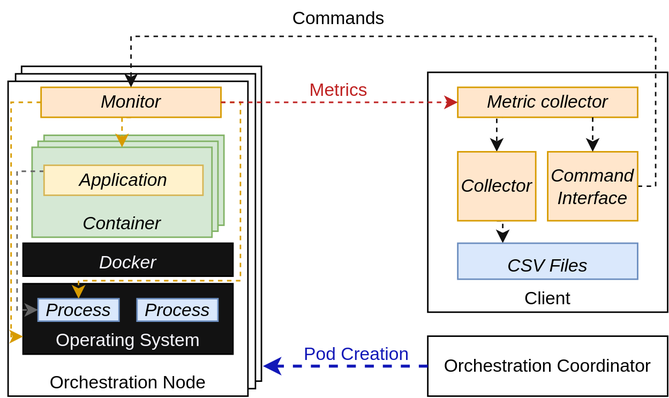
Earlier version of the draw.io export assets/diagram-en.svg (hrchlhck/kubemon). Source tidied: cells renumbered, new cells last; positions are measured from the earlier drawing's top-left corner, leaving out a move shared by most shapes.
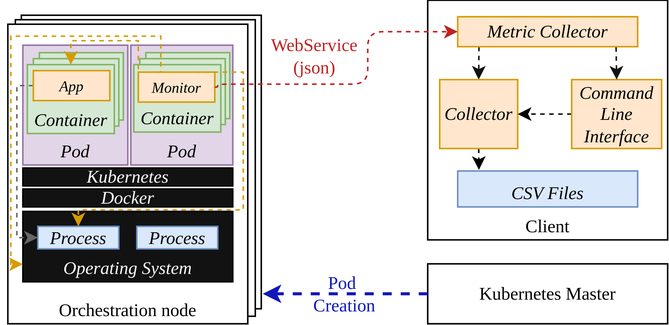
After the change.

Diff of the diagram source:
```diff
@@ -2,132 +2,143 @@
   <root>
     <mxCell id="0" />
     <mxCell id="1" parent="0" />
-    <mxCell id="2" style="rounded=0;whiteSpace=wrap;html=1;verticalAlign=bottom;" parent="1" vertex="1">
-      <mxGeometry x="9" y="44" width="160" height="210" as="geometry" />
-    </mxCell>
-    <mxCell id="3" style="rounded=0;whiteSpace=wrap;html=1;verticalAlign=bottom;" parent="1" vertex="1">
-      <mxGeometry x="5" y="49" width="160" height="210" as="geometry" />
-    </mxCell>
-    <mxCell id="4" value="Orchestration Node" style="rounded=0;whiteSpace=wrap;html=1;verticalAlign=bottom;" parent="1" vertex="1">
-      <mxGeometry y="54" width="160" height="210" as="geometry" />
-    </mxCell>
-    <mxCell id="5" value="&lt;i&gt;Container&lt;/i&gt;" style="rounded=0;whiteSpace=wrap;html=1;verticalAlign=bottom;fillColor=#d5e8d4;strokeColor=#82b366;" parent="1" vertex="1">
-      <mxGeometry x="24" y="90" width="120" height="60" as="geometry" />
-    </mxCell>
-    <mxCell id="6" value="&lt;i&gt;Container&lt;/i&gt;" style="rounded=0;whiteSpace=wrap;html=1;verticalAlign=bottom;fillColor=#d5e8d4;strokeColor=#82b366;" parent="1" vertex="1">
-      <mxGeometry x="20" y="94" width="120" height="60" as="geometry" />
-    </mxCell>
-    <mxCell id="7" value="&lt;i&gt;Container&lt;/i&gt;" style="rounded=0;whiteSpace=wrap;html=1;verticalAlign=bottom;fillColor=#d5e8d4;strokeColor=#82b366;" parent="1" vertex="1">
-      <mxGeometry x="16" y="98" width="120" height="60" as="geometry" />
-    </mxCell>
+    <mxCell id="33" style="rounded=0;whiteSpace=wrap;html=1;verticalAlign=bottom;fontFamily=Palatino;" parent="1" vertex="1">
+      <mxGeometry x="73" y="114" width="160" height="196" as="geometry" />
+    </mxCell>
+    <mxCell id="34" style="rounded=0;whiteSpace=wrap;html=1;verticalAlign=bottom;fontFamily=Palatino;" parent="1" vertex="1">
+      <mxGeometry x="69" y="117" width="160" height="198" as="geometry" />
+    </mxCell>
+    <mxCell id="35" value="Orchestration node" style="rounded=0;whiteSpace=wrap;html=1;verticalAlign=bottom;fontFamily=Palatino;" parent="1" vertex="1">
+      <mxGeometry x="64" y="120" width="160" height="200" as="geometry" />
+    </mxCell>
+    <mxCell id="36" value="Pod" style="rounded=0;whiteSpace=wrap;html=1;fillColor=#e1d5e7;strokeColor=#9673a6;fontStyle=2;fontFamily=Palatino;verticalAlign=bottom;" parent="1" vertex="1">
+      <mxGeometry x="74" y="134" width="70" height="80" as="geometry" />
+    </mxCell>
+    <mxCell id="37" value="&lt;div&gt;&lt;br&gt;&lt;/div&gt;&lt;div&gt;&lt;br&gt;&lt;/div&gt;" style="rounded=0;whiteSpace=wrap;html=1;verticalAlign=bottom;fillColor=#d5e8d4;strokeColor=#82b366;fontFamily=Palatino;" parent="1" vertex="1">
+      <mxGeometry x="85" y="139" width="56" height="45" as="geometry" />
+    </mxCell>
+    <mxCell id="38" style="rounded=0;whiteSpace=wrap;html=1;verticalAlign=bottom;fillColor=#d5e8d4;strokeColor=#82b366;fontFamily=Palatino;" parent="1" vertex="1">
+      <mxGeometry x="81" y="143" width="57" height="45" as="geometry" />
+    </mxCell>
+    <mxCell id="39" value="&lt;i&gt;Container&lt;/i&gt;" style="rounded=0;whiteSpace=wrap;html=1;verticalAlign=bottom;fillColor=#d5e8d4;strokeColor=#82b366;fontFamily=Palatino;" parent="1" vertex="1">
+      <mxGeometry x="77" y="147" width="58" height="46" as="geometry" />
+    </mxCell>
-    <mxCell id="8" value="Operating System" style="rounded=0;whiteSpace=wrap;html=1;verticalAlign=bottom;fillColor=#121212;fontColor=#F8F8FF;" parent="1" vertex="1">
-      <mxGeometry x="10" y="189" width="140" height="47" as="geometry" />
+    <mxCell id="8" value="&lt;i&gt;Operating System&lt;br&gt;&lt;/i&gt;" style="rounded=0;whiteSpace=wrap;html=1;verticalAlign=bottom;fillColor=#121212;fontColor=#F8F8FF;fontFamily=Palatino;" parent="1" vertex="1">
+      <mxGeometry x="74" y="245" width="140" height="47" as="geometry" />
     </mxCell>
-    <mxCell id="9" value="Docker" style="rounded=0;whiteSpace=wrap;html=1;verticalAlign=bottom;fillColor=#121212;fontColor=#F8F8FF;fontStyle=2;" parent="1" vertex="1">
-      <mxGeometry x="10" y="162" width="140" height="22" as="geometry" />
+    <mxCell id="9" value="Docker" style="rounded=0;whiteSpace=wrap;html=1;verticalAlign=middle;fillColor=#121212;fontColor=#F8F8FF;fontStyle=2;fontFamily=Palatino;" parent="1" vertex="1">
+      <mxGeometry x="74" y="230" width="140" height="12" as="geometry" />
     </mxCell>
-    <mxCell id="10" value="Process" style="rounded=0;whiteSpace=wrap;html=1;fillColor=#dae8fc;verticalAlign=middle;strokeColor=#6c8ebf;align=center;fontStyle=2;" parent="1" vertex="1">
-      <mxGeometry x="86" y="199" width="54" height="15" as="geometry" />
-    </mxCell>
-    <mxCell id="11" style="edgeStyle=orthogonalEdgeStyle;jettySize=auto;html=1;exitX=0;exitY=0.5;exitDx=0;exitDy=0;entryX=0;entryY=0.5;entryDx=0;entryDy=0;fontColor=#F8F8FF;fillColor=#f5f5f5;strokeColor=#666666;rounded=0;dashed=1;" parent="1" edge="1" source="12" target="13">
-      <mxGeometry relative="1" as="geometry">
-        <Array as="points">
-          <mxPoint x="24" y="114" />
-          <mxPoint x="6" y="114" />
-          <mxPoint x="6" y="207" />
-        </Array>
-      </mxGeometry>
-    </mxCell>
-    <mxCell id="12" value="Application" style="rounded=0;whiteSpace=wrap;html=1;fillColor=#fff2cc;verticalAlign=middle;strokeColor=#d6b656;fontStyle=2;" parent="1" vertex="1">
-      <mxGeometry x="24" y="110" width="106" height="20" as="geometry" />
-    </mxCell>
-    <mxCell id="13" value="Process" style="rounded=0;whiteSpace=wrap;html=1;fillColor=#dae8fc;verticalAlign=middle;strokeColor=#6c8ebf;align=center;fontStyle=2;" parent="1" vertex="1">
-      <mxGeometry x="20" y="199" width="54" height="15" as="geometry" />
-    </mxCell>
-    <mxCell id="14" style="edgeStyle=orthogonalEdgeStyle;rounded=0;jettySize=auto;html=1;exitX=1;exitY=0.5;exitDx=0;exitDy=0;entryX=0.5;entryY=0;entryDx=0;entryDy=0;dashed=1;fontColor=#F8F8FF;strokeColor=#d79b00;fillColor=#ffe6cc;" parent="1" edge="1" source="17" target="13">
-      <mxGeometry relative="1" as="geometry">
-        <Array as="points">
-          <mxPoint x="155" y="68" />
-          <mxPoint x="155" y="187" />
-          <mxPoint x="47" y="187" />
-        </Array>
-      </mxGeometry>
-    </mxCell>
-    <mxCell id="15" style="edgeStyle=orthogonalEdgeStyle;rounded=0;jettySize=auto;html=1;exitX=0.5;exitY=1;exitDx=0;exitDy=0;entryX=0.5;entryY=0;entryDx=0;entryDy=0;dashed=1;fontColor=#F8F8FF;strokeColor=#d79b00;fillColor=#ffe6cc;" parent="1" edge="1" source="17" target="7">
-      <mxGeometry relative="1" as="geometry" />
-    </mxCell>
-    <mxCell id="16" style="edgeStyle=orthogonalEdgeStyle;rounded=0;jettySize=auto;html=1;exitX=0;exitY=0.5;exitDx=0;exitDy=0;entryX=0;entryY=0.75;entryDx=0;entryDy=0;dashed=1;fontColor=#F8F8FF;strokeColor=#d79b00;fillColor=#ffe6cc;" parent="1" edge="1" source="17" target="8">
-      <mxGeometry relative="1" as="geometry">
-        <Array as="points">
-          <mxPoint x="2" y="68" />
-          <mxPoint x="2" y="224" />
-        </Array>
-      </mxGeometry>
-    </mxCell>
-    <mxCell id="17" value="Monitor" style="rounded=0;whiteSpace=wrap;html=1;fillColor=#ffe6cc;verticalAlign=middle;strokeColor=#d79b00;fontStyle=2;" parent="1" vertex="1">
-      <mxGeometry x="22" y="58" width="120" height="20" as="geometry" />
-    </mxCell>
-    <mxCell id="18" value="Orchestration Coordinator" style="rounded=0;whiteSpace=wrap;html=1;verticalAlign=middle;" parent="1" vertex="1">
-      <mxGeometry x="280" y="224" width="160" height="40" as="geometry" />
-    </mxCell>
-    <mxCell id="19" style="endArrow=classic;html=1;exitX=0;exitY=0.5;exitDx=0;exitDy=0;dashed=1;strokeColor=#1218B8;strokeWidth=2;rounded=1;" parent="1" edge="1" source="18">
-      <mxGeometry relative="1" as="geometry">
-        <mxPoint x="170" y="244" as="targetPoint" />
-      </mxGeometry>
-    </mxCell>
+    <mxCell id="40" value="&lt;div align=&quot;center&quot;&gt;Process&lt;/div&gt;" style="rounded=0;whiteSpace=wrap;html=1;fillColor=#dae8fc;verticalAlign=middle;strokeColor=#6c8ebf;align=center;fontStyle=2;fontFamily=Palatino;" parent="1" vertex="1">
+      <mxGeometry x="150" y="255" width="54" height="15" as="geometry" />
+    </mxCell>
+    <mxCell id="41" style="edgeStyle=orthogonalEdgeStyle;jettySize=auto;html=1;exitX=0;exitY=0.5;exitDx=0;exitDy=0;entryX=0;entryY=0.5;entryDx=0;entryDy=0;fontColor=#F8F8FF;fillColor=#f5f5f5;strokeColor=#666666;rounded=0;dashed=1;fontFamily=Palatino;" parent="1" edge="1" source="52" target="42">
+      <mxGeometry relative="1" as="geometry">
+        <Array as="points">
+          <mxPoint x="70" y="161" />
+          <mxPoint x="70" y="263" />
+        </Array>
+      </mxGeometry>
+    </mxCell>
+    <mxCell id="42" value="&lt;div align=&quot;center&quot;&gt;Process&lt;/div&gt;" style="rounded=0;whiteSpace=wrap;html=1;fillColor=#dae8fc;verticalAlign=middle;strokeColor=#6c8ebf;align=center;fontStyle=2;fontFamily=Palatino;" parent="1" vertex="1">
+      <mxGeometry x="84" y="255" width="54" height="15" as="geometry" />
+    </mxCell>
+    <mxCell id="43" value="Kubernetes Master" style="rounded=0;whiteSpace=wrap;html=1;verticalAlign=middle;fontFamily=Palatino;" parent="1" vertex="1">
+      <mxGeometry x="344" y="280" width="160" height="40" as="geometry" />
+    </mxCell>
+    <mxCell id="44" style="endArrow=classic;html=1;exitX=0;exitY=0.5;exitDx=0;exitDy=0;dashed=1;strokeColor=#1218B8;strokeWidth=2;rounded=1;fontFamily=Palatino;" parent="1" edge="1" source="43">
+      <mxGeometry relative="1" as="geometry">
+        <mxPoint x="234" y="300" as="targetPoint" />
+      </mxGeometry>
+    </mxCell>
-    <mxCell id="20" value="Client" style="whiteSpace=wrap;html=1;verticalAlign=bottom;fontStyle=0;" parent="1" vertex="1">
-      <mxGeometry x="280" y="48" width="160" height="160" as="geometry" />
+    <mxCell id="20" value="Client" style="whiteSpace=wrap;html=1;verticalAlign=bottom;fontStyle=0;fontFamily=Palatino;" parent="1" vertex="1">
+      <mxGeometry x="344" y="104" width="160" height="160" as="geometry" />
     </mxCell>
-    <mxCell id="21" style="edgeStyle=orthogonalEdgeStyle;rounded=0;jettySize=auto;html=1;exitX=0.25;exitY=1;exitDx=0;exitDy=0;entryX=0.5;entryY=0;entryDx=0;entryDy=0;dashed=1;strokeWidth=1;strokeColor=#121212;" parent="1" edge="1" source="22" target="25">
-      <mxGeometry relative="1" as="geometry">
-        <Array as="points">
-          <mxPoint x="326" y="77" />
-        </Array>
-      </mxGeometry>
-    </mxCell>
-    <mxCell id="22" value="Metric collector" style="rounded=0;whiteSpace=wrap;html=1;fillColor=#ffe6cc;verticalAlign=middle;strokeColor=#d79b00;fontStyle=2;" parent="1" vertex="1">
-      <mxGeometry x="300" y="58" width="120" height="20" as="geometry" />
-    </mxCell>
-    <mxCell id="23" style="edgeStyle=orthogonalEdgeStyle;rounded=1;jettySize=auto;html=1;exitX=1;exitY=0.5;exitDx=0;exitDy=0;entryX=0;entryY=0.5;entryDx=0;entryDy=0;dashed=1;strokeWidth=1;fillColor=#dae8fc;strokeColor=#BF2222;" parent="1" edge="1" source="17" target="22">
-      <mxGeometry relative="1" as="geometry" />
-    </mxCell>
+    <mxCell id="45" style="edgeStyle=orthogonalEdgeStyle;rounded=0;jettySize=auto;html=1;entryX=0.5;entryY=0;entryDx=0;entryDy=0;dashed=1;strokeWidth=1;strokeColor=#121212;fontFamily=Palatino;exitX=0.118;exitY=1.003;exitDx=0;exitDy=0;exitPerimeter=0;" parent="1" edge="1" source="46" target="25">
+      <mxGeometry relative="1" as="geometry" />
+    </mxCell>
+    <mxCell id="46" value="Metric Collector" style="rounded=0;whiteSpace=wrap;html=1;fillColor=#ffe6cc;verticalAlign=middle;strokeColor=#d79b00;fontStyle=2;fontFamily=Palatino;" parent="1" vertex="1">
+      <mxGeometry x="364" y="115" width="120" height="20" as="geometry" />
+    </mxCell>
-    <mxCell id="24" style="edgeStyle=orthogonalEdgeStyle;rounded=0;jettySize=auto;html=1;exitX=0.5;exitY=1;exitDx=0;exitDy=0;entryX=0.25;entryY=0;entryDx=0;entryDy=0;dashed=1;strokeColor=#121212;strokeWidth=1;" parent="1" edge="1" source="25" target="29">
+    <mxCell id="24" style="edgeStyle=orthogonalEdgeStyle;rounded=0;jettySize=auto;html=1;exitX=0.5;exitY=1;exitDx=0;exitDy=0;entryX=0.118;entryY=-0.03;entryDx=0;entryDy=0;entryPerimeter=0;dashed=1;" parent="1" edge="1" source="25" target="29">
       <mxGeometry relative="1" as="geometry" />
     </mxCell>
-    <mxCell id="25" value="Collector" style="rounded=0;whiteSpace=wrap;html=1;fillColor=#ffe6cc;verticalAlign=middle;strokeColor=#d79b00;fontStyle=2;" parent="1" vertex="1">
-      <mxGeometry x="300" y="101" width="52" height="46" as="geometry" />
+    <mxCell id="25" value="Collector" style="rounded=0;whiteSpace=wrap;html=1;fillColor=#ffe6cc;verticalAlign=middle;strokeColor=#d79b00;fontStyle=2;fontFamily=Palatino;" parent="1" vertex="1">
+      <mxGeometry x="352" y="157" width="52" height="46" as="geometry" />
     </mxCell>
-    <mxCell id="26" style="edgeStyle=orthogonalEdgeStyle;rounded=0;jettySize=auto;html=1;exitX=1;exitY=0.5;exitDx=0;exitDy=0;entryX=0.5;entryY=0;entryDx=0;entryDy=0;dashed=1;strokeColor=#121212;strokeWidth=1;" parent="1" edge="1" source="27" target="17">
-      <mxGeometry relative="1" as="geometry">
-        <Array as="points">
-          <mxPoint x="432" y="124" />
-          <mxPoint x="432" y="24" />
-          <mxPoint x="82" y="24" />
-        </Array>
-      </mxGeometry>
-    </mxCell>
-    <mxCell id="27" value="Command Interface" style="rounded=0;whiteSpace=wrap;html=1;fillColor=#ffe6cc;verticalAlign=middle;strokeColor=#d79b00;fontStyle=2;" parent="1" vertex="1">
-      <mxGeometry x="360" y="101" width="60" height="46" as="geometry" />
-    </mxCell>
-    <mxCell id="28" style="edgeStyle=orthogonalEdgeStyle;rounded=0;jettySize=auto;html=1;exitX=0.75;exitY=1;exitDx=0;exitDy=0;entryX=0.5;entryY=0;entryDx=0;entryDy=0;dashed=1;strokeWidth=1;strokeColor=#121212;" parent="1" edge="1" source="22" target="27">
-      <mxGeometry relative="1" as="geometry">
-        <Array as="points">
-          <mxPoint x="390" y="87" />
-          <mxPoint x="390" y="87" />
-        </Array>
-      </mxGeometry>
-    </mxCell>
+    <mxCell id="47" style="edgeStyle=orthogonalEdgeStyle;rounded=0;jettySize=auto;html=1;exitX=0;exitY=0.5;exitDx=0;exitDy=0;entryX=1;entryY=0.5;entryDx=0;entryDy=0;dashed=1;" parent="1" edge="1" source="48" target="25">
+      <mxGeometry relative="1" as="geometry" />
+    </mxCell>
+    <mxCell id="48" value="Command Line Interface" style="rounded=0;whiteSpace=wrap;html=1;fillColor=#ffe6cc;verticalAlign=middle;strokeColor=#d79b00;fontStyle=2;fontFamily=Palatino;" parent="1" vertex="1">
+      <mxGeometry x="440" y="157" width="60" height="46" as="geometry" />
+    </mxCell>
+    <mxCell id="49" style="edgeStyle=orthogonalEdgeStyle;rounded=0;jettySize=auto;html=1;exitX=0.88;exitY=1.021;exitDx=0;exitDy=0;entryX=0.5;entryY=0;entryDx=0;entryDy=0;dashed=1;strokeWidth=1;strokeColor=#121212;fontFamily=Palatino;exitPerimeter=0;" parent="1" edge="1" source="46" target="48">
+      <mxGeometry relative="1" as="geometry" />
+    </mxCell>
-    <mxCell id="29" value="CSV Files" style="rounded=0;whiteSpace=wrap;html=1;verticalAlign=bottom;fillColor=#dae8fc;strokeColor=#6c8ebf;fontStyle=2;" parent="1" vertex="1">
-      <mxGeometry x="300" y="162" width="120" height="24" as="geometry" />
+    <mxCell id="29" value="CSV Files" style="rounded=0;whiteSpace=wrap;html=1;verticalAlign=bottom;fillColor=#dae8fc;strokeColor=#6c8ebf;fontStyle=2;fontFamily=Palatino;" parent="1" vertex="1">
+      <mxGeometry x="364" y="218" width="120" height="24" as="geometry" />
     </mxCell>
-    <mxCell id="30" value="Commands" style="text;html=1;align=center;verticalAlign=middle;strokeColor=none;" parent="1" vertex="1">
-      <mxGeometry x="184" width="72" height="24" as="geometry" />
-    </mxCell>
-    <mxCell id="31" value="Metrics" style="text;html=1;align=center;verticalAlign=middle;strokeColor=none;fontColor=#BF2222;" parent="1" vertex="1">
-      <mxGeometry x="196" y="48" width="48" height="24" as="geometry" />
-    </mxCell>
+    <mxCell id="50" value="&lt;div&gt;WebService &lt;br&gt;&lt;/div&gt;&lt;div&gt;(json)&lt;/div&gt;" style="text;html=1;align=center;verticalAlign=middle;strokeColor=none;fontColor=#BF2222;fontFamily=Palatino;" parent="1" vertex="1">
+      <mxGeometry x="232" y="121" width="72" height="40" as="geometry" />
+    </mxCell>
+    <mxCell id="51" value="Pod" style="rounded=0;whiteSpace=wrap;html=1;fillColor=#e1d5e7;strokeColor=#9673a6;fontStyle=2;fontFamily=Palatino;verticalAlign=bottom;" parent="1" vertex="1">
+      <mxGeometry x="146" y="134" width="68" height="80" as="geometry" />
+    </mxCell>
-    <mxCell id="32" value="Pod Creation" style="text;html=1;align=center;verticalAlign=middle;strokeColor=none;fontColor=#1218B8;" parent="1" vertex="1">
-      <mxGeometry x="188" y="224" width="88" height="24" as="geometry" />
+    <mxCell id="32" value="&lt;div&gt;Pod&amp;nbsp;&lt;/div&gt;&lt;div&gt;Creation&lt;/div&gt;" style="text;html=1;align=center;verticalAlign=middle;strokeColor=none;fontColor=#1218B8;fontFamily=Palatino;" parent="1" vertex="1">
+      <mxGeometry x="260" y="280" width="56" height="40" as="geometry" />
     </mxCell>
+    <mxCell id="52" value="App" style="rounded=0;whiteSpace=wrap;html=1;fillColor=#ffe6cc;verticalAlign=middle;strokeColor=#d79b00;fontStyle=2;fontFamily=Palatino;fontSize=10;" parent="1" vertex="1">
+      <mxGeometry x="81" y="151" width="51" height="20" as="geometry" />
+    </mxCell>
+    <mxCell id="53" value="&lt;div&gt;&lt;br&gt;&lt;/div&gt;&lt;div&gt;&lt;br&gt;&lt;/div&gt;" style="rounded=0;whiteSpace=wrap;html=1;verticalAlign=bottom;fillColor=#d5e8d4;strokeColor=#82b366;fontFamily=Palatino;" parent="1" vertex="1">
+      <mxGeometry x="156" y="139" width="56" height="44" as="geometry" />
+    </mxCell>
+    <mxCell id="54" style="rounded=0;whiteSpace=wrap;html=1;verticalAlign=bottom;fillColor=#d5e8d4;strokeColor=#82b366;fontFamily=Palatino;" parent="1" vertex="1">
+      <mxGeometry x="152" y="143" width="57" height="44" as="geometry" />
+    </mxCell>
+    <mxCell id="55" value="&lt;i&gt;Container&lt;/i&gt;" style="rounded=0;whiteSpace=wrap;html=1;verticalAlign=bottom;fillColor=#d5e8d4;strokeColor=#82b366;fontFamily=Palatino;" parent="1" vertex="1">
+      <mxGeometry x="148" y="147" width="58" height="45" as="geometry" />
+    </mxCell>
+    <mxCell id="56" style="edgeStyle=orthogonalEdgeStyle;rounded=0;jettySize=auto;html=1;exitX=0;exitY=0.5;exitDx=0;exitDy=0;entryX=0.5;entryY=0;entryDx=0;entryDy=0;fillColor=#ffe6cc;strokeColor=#d79b00;dashed=1;" parent="1" edge="1" source="17" target="39">
+      <mxGeometry relative="1" as="geometry">
+        <Array as="points">
+          <mxPoint x="151" y="131" />
+          <mxPoint x="106" y="131" />
+        </Array>
+      </mxGeometry>
+    </mxCell>
+    <mxCell id="17" value="Monitor" style="rounded=0;whiteSpace=wrap;html=1;fillColor=#ffe6cc;verticalAlign=middle;strokeColor=#d79b00;fontStyle=2;fontFamily=Palatino;fontSize=10;" parent="1" vertex="1">
+      <mxGeometry x="151" y="152" width="51" height="20" as="geometry" />
+    </mxCell>
+    <mxCell id="57" style="edgeStyle=orthogonalEdgeStyle;rounded=1;jettySize=auto;html=1;exitX=1;exitY=0.5;exitDx=0;exitDy=0;entryX=0;entryY=0.5;entryDx=0;entryDy=0;dashed=1;strokeWidth=1;fillColor=#dae8fc;strokeColor=#BF2222;fontFamily=Palatino;" parent="1" edge="1" source="17" target="46">
+      <mxGeometry relative="1" as="geometry">
+        <Array as="points">
+          <mxPoint x="204" y="160" />
+          <mxPoint x="304" y="160" />
+          <mxPoint x="304" y="125" />
+        </Array>
+      </mxGeometry>
+    </mxCell>
+    <mxCell id="58" style="edgeStyle=orthogonalEdgeStyle;rounded=0;jettySize=auto;html=1;exitX=0.75;exitY=0;exitDx=0;exitDy=0;entryX=0.5;entryY=0;entryDx=0;entryDy=0;dashed=1;fontColor=#F8F8FF;strokeColor=#d79b00;fillColor=#ffe6cc;fontFamily=Palatino;" parent="1" edge="1" source="17" target="42">
+      <mxGeometry relative="1" as="geometry">
+        <Array as="points">
+          <mxPoint x="221" y="152" />
+          <mxPoint x="221" y="244" />
+          <mxPoint x="111" y="244" />
+        </Array>
+      </mxGeometry>
+    </mxCell>
+    <mxCell id="16" style="edgeStyle=orthogonalEdgeStyle;rounded=0;jettySize=auto;html=1;entryX=0;entryY=0.75;entryDx=0;entryDy=0;dashed=1;fontColor=#F8F8FF;strokeColor=#d79b00;fillColor=#ffe6cc;fontFamily=Palatino;exitX=0.25;exitY=0;exitDx=0;exitDy=0;" parent="1" edge="1" source="17" target="8">
+      <mxGeometry relative="1" as="geometry">
+        <Array as="points">
+          <mxPoint x="166" y="128" />
+          <mxPoint x="66" y="128" />
+          <mxPoint x="66" y="280" />
+        </Array>
+      </mxGeometry>
+    </mxCell>
+    <mxCell id="59" value="Kubernetes" style="rounded=0;whiteSpace=wrap;html=1;verticalAlign=middle;fillColor=#121212;fontColor=#F8F8FF;fontStyle=2;fontFamily=Palatino;" parent="1" vertex="1">
+      <mxGeometry x="74" y="216" width="140" height="12" as="geometry" />
+    </mxCell>
   </root>
 </mxGraphModel>
```
